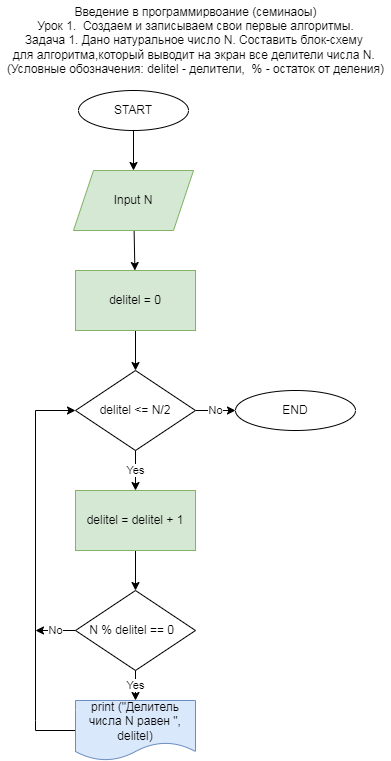
The draw.io diagram Folder_for_block_diagrams/1.drawio.png in irina792901/additional_tasks_on_algorithms, before a commit. Source tidied: cells renumbered, new cells last; positions are measured from the earlier drawing's top-left corner, leaving out a move shared by most shapes.
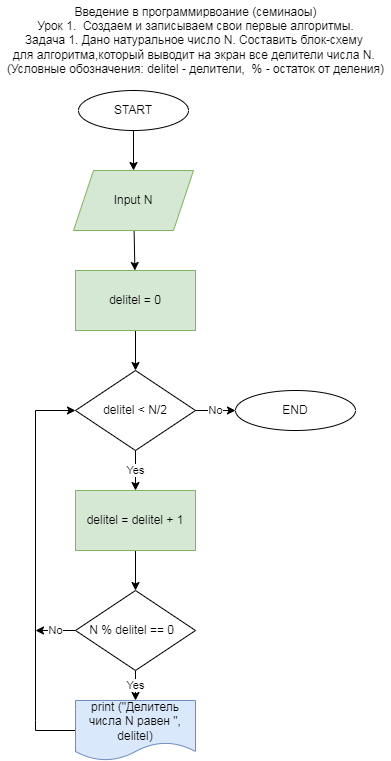
Later version of the same file.

Commit message:
Всё ещё исправляю косяки в схемах

Diff of the diagram source:
```diff
@@ -28,7 +28,7 @@
     <mxCell id="9" value="No" style="edgeStyle=none;html=1;rounded=0;" parent="1" edge="1" source="10" target="18">
       <mxGeometry relative="1" as="geometry" />
     </mxCell>
-    <mxCell id="10" value="delitel &amp;lt;= N/2" style="rhombus;whiteSpace=wrap;html=1;rounded=0;" parent="1" vertex="1">
+    <mxCell id="10" value="delitel &amp;lt; N/2" style="rhombus;whiteSpace=wrap;html=1;rounded=0;" parent="1" vertex="1">
       <mxGeometry x="75" y="370" width="120" height="80" as="geometry" />
     </mxCell>
     <mxCell id="11" value="Yes" style="edgeStyle=none;html=1;rounded=0;" parent="1" edge="1" source="13" target="15">
```
